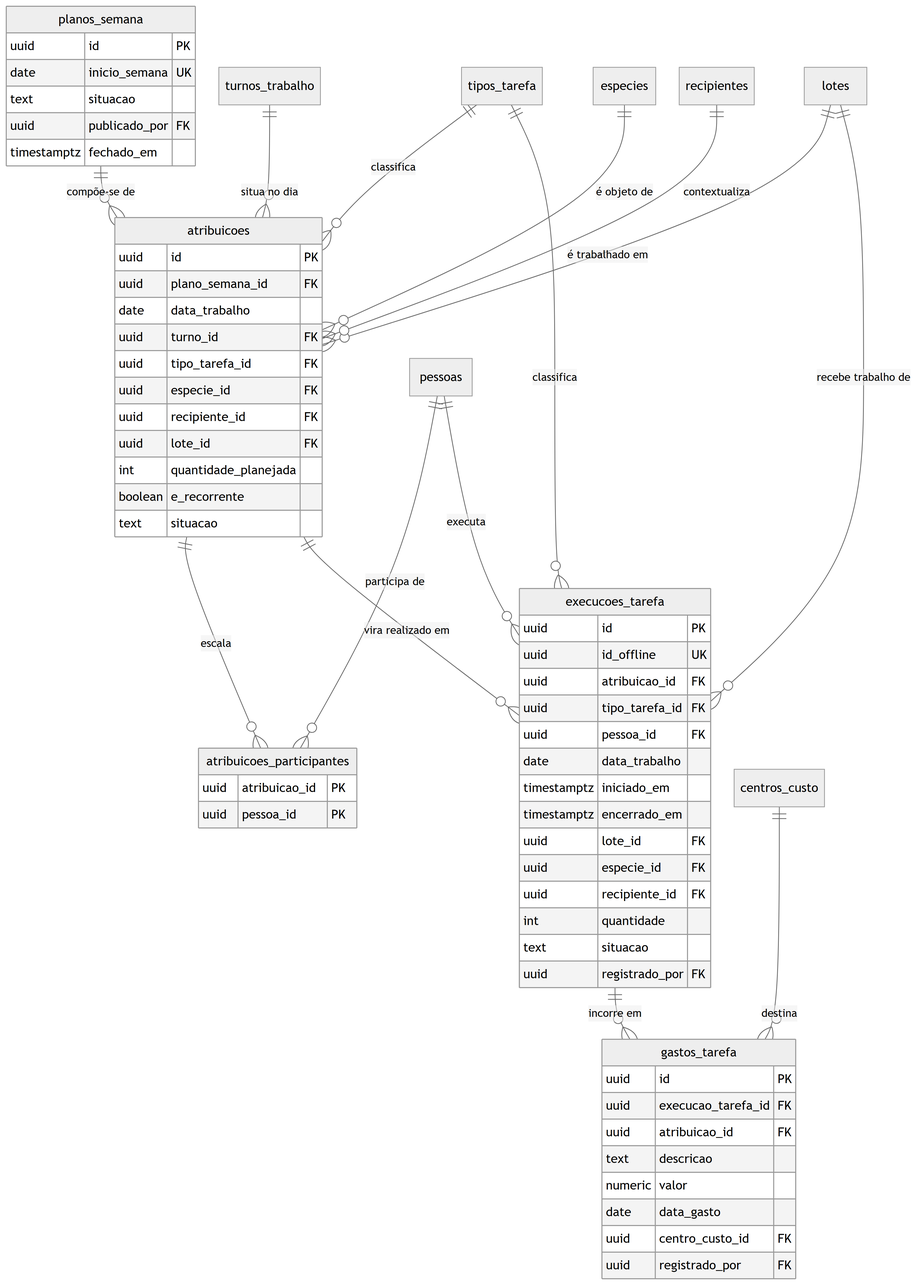
Before: docs/engenharia/modelo-dados-pt/img/fig13-producao-agenda.png, a diagram exported from Mermaid (JoaoMudar/mudar). Its source is kept beside it as docs/engenharia/modelo-dados-pt/mmd/fig13-producao-agenda.mmd.
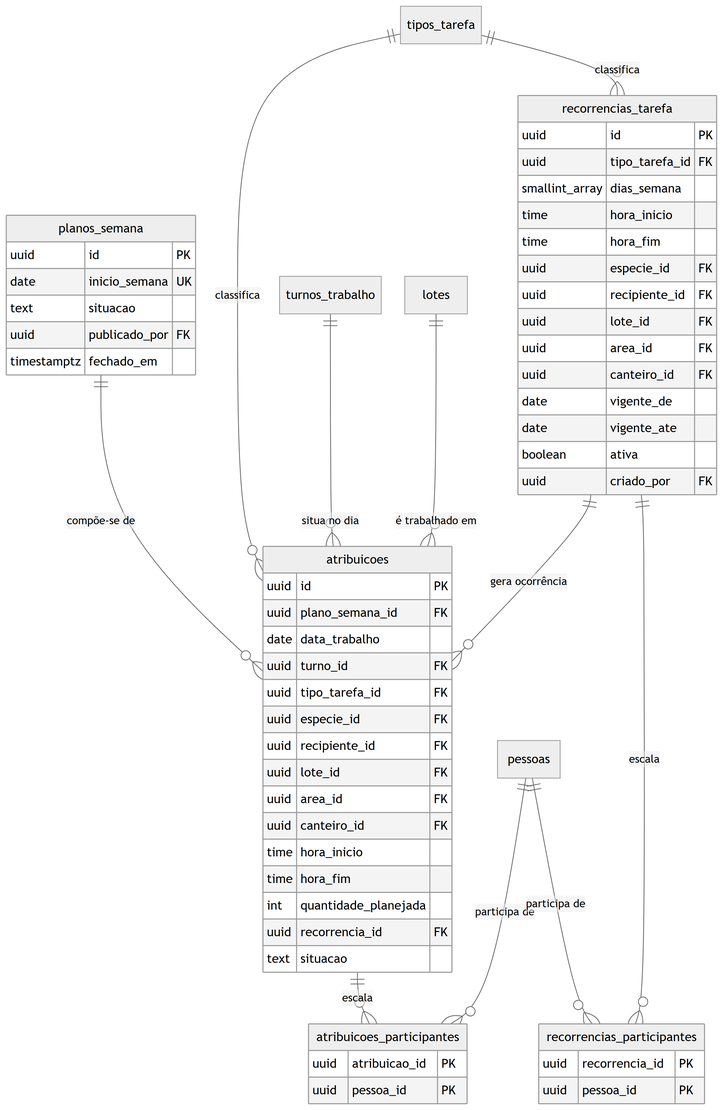
After the change.

Diff of the diagram source:
```diff
@@ -15,66 +15,54 @@
     uuid especie_id FK
     uuid recipiente_id FK
     uuid lote_id FK
+    uuid area_id FK
+    uuid canteiro_id FK
+    time hora_inicio
+    time hora_fim
     int quantidade_planejada
-    boolean e_recorrente
+    uuid recorrencia_id FK
     text situacao
   }
   atribuicoes_participantes {
     uuid atribuicao_id PK
     uuid pessoa_id PK
   }
-  execucoes_tarefa {
+  recorrencias_tarefa {
     uuid id PK
-    uuid id_offline UK
-    uuid atribuicao_id FK
     uuid tipo_tarefa_id FK
-    uuid pessoa_id FK
-    date data_trabalho
-    timestamptz iniciado_em
-    timestamptz encerrado_em
-    uuid lote_id FK
+    smallint_array dias_semana
+    time hora_inicio
+    time hora_fim
     uuid especie_id FK
     uuid recipiente_id FK
-    int quantidade
-    text situacao
-    uuid registrado_por FK
+    uuid lote_id FK
+    uuid area_id FK
+    uuid canteiro_id FK
+    date vigente_de
+    date vigente_ate
+    boolean ativa
+    uuid criado_por FK
   }
-  gastos_tarefa {
-    uuid id PK
-    uuid execucao_tarefa_id FK
-    uuid atribuicao_id FK
-    text descricao
-    numeric valor
-    date data_gasto
-    uuid centro_custo_id FK
-    uuid registrado_por FK
+  recorrencias_participantes {
+    uuid recorrencia_id PK
+    uuid pessoa_id PK
   }
   tipos_tarefa {
   }
   turnos_trabalho {
   }
-  especies {
-  }
-  recipientes {
-  }
   pessoas {
   }
   lotes {
-  }
-  centros_custo {
   }
 
   planos_semana   ||--o{ atribuicoes               : "compõe-se de"
   tipos_tarefa    ||--o{ atribuicoes               : "classifica"
   turnos_trabalho ||--o{ atribuicoes               : "situa no dia"
   lotes           ||--o{ atribuicoes               : "é trabalhado em"
-  especies        ||--o{ atribuicoes               : "é objeto de"
-  recipientes     ||--o{ atribuicoes               : "contextualiza"
   atribuicoes     ||--o{ atribuicoes_participantes : "escala"
   pessoas         ||--o{ atribuicoes_participantes : "participa de"
-  atribuicoes     ||--o{ execucoes_tarefa          : "vira realizado em"
-  tipos_tarefa    ||--o{ execucoes_tarefa          : "classifica"
-  pessoas         ||--o{ execucoes_tarefa          : "executa"
-  lotes           ||--o{ execucoes_tarefa          : "recebe trabalho de"
-  execucoes_tarefa ||--o{ gastos_tarefa            : "incorre em"
-  centros_custo   ||--o{ gastos_tarefa             : "destina"
+  recorrencias_tarefa ||--o{ atribuicoes                : "gera ocorrência"
+  tipos_tarefa        ||--o{ recorrencias_tarefa        : "classifica"
+  recorrencias_tarefa ||--o{ recorrencias_participantes : "escala"
+  pessoas             ||--o{ recorrencias_participantes : "participa de"
```
